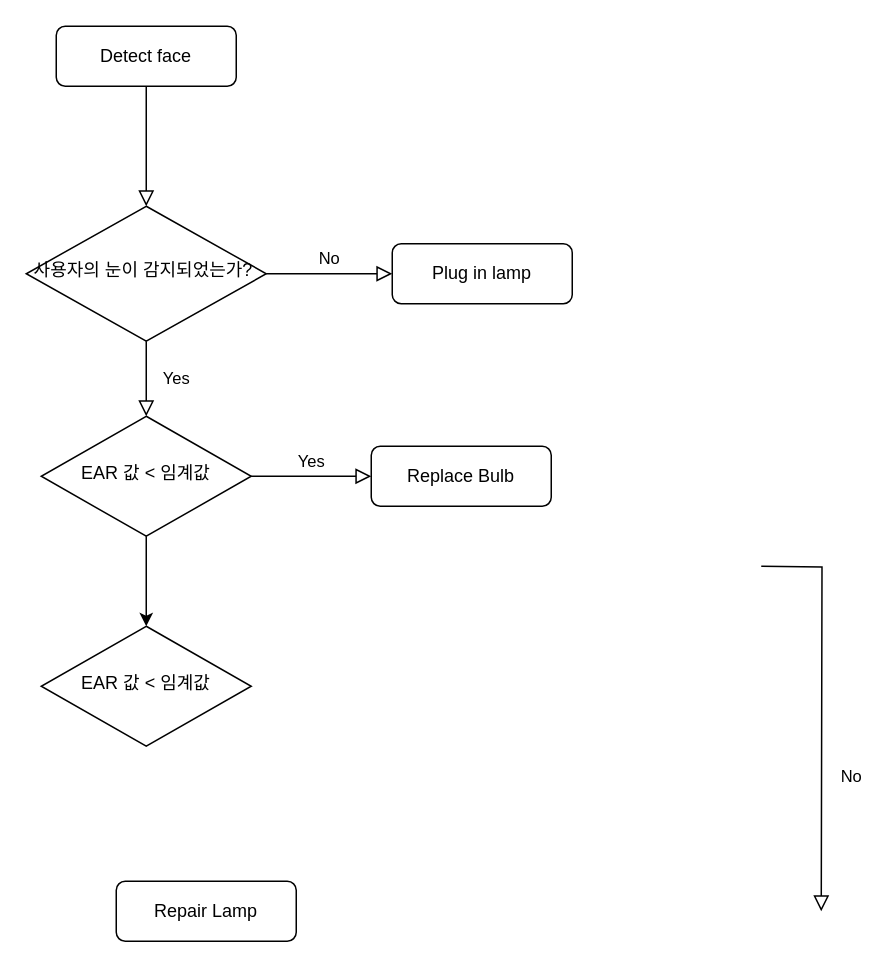
Earlier version of the draw.io diagram Untitled Diagram.drawio (TheHaengwoon/Deeplearning). Source tidied: cells renumbered, new cells numbered last; positions are measured from the earlier drawing's top-left corner, leaving out a move shared by most shapes. Both pictures are drawn from the tidied source at 150%, with x=0, y=0 at pixel (26, 26).
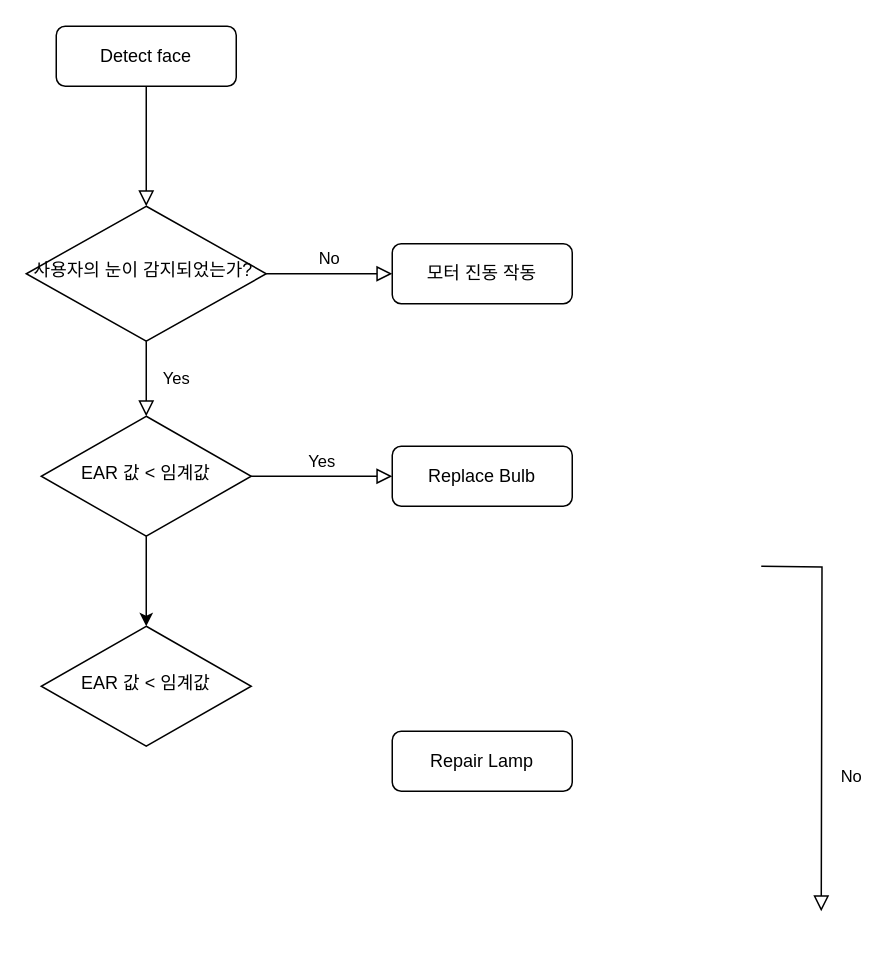
Above is the later version.

Change to the diagram source:
```diff
@@
 <mxGraphModel>
   <root>
     <mxCell id="0" />
     <mxCell id="1" parent="0" />
     <mxCell id="2" style="rounded=0;html=1;jettySize=auto;fontSize=11;endArrow=block;endFill=0;endSize=8;strokeWidth=1;shadow=0;labelBackgroundColor=none;edgeStyle=orthogonalEdgeStyle;" parent="1" edge="1" source="3" target="6">
       <mxGeometry relative="1" as="geometry" />
     </mxCell>
     <mxCell id="3" value="Detect face" style="rounded=1;whiteSpace=wrap;html=1;fontSize=12;glass=0;strokeWidth=1;shadow=0;" parent="1" vertex="1">
       <mxGeometry x="20" width="120" height="40" as="geometry" />
     </mxCell>
     <mxCell id="4" value="Yes" style="rounded=0;html=1;jettySize=auto;fontSize=11;endArrow=block;endFill=0;endSize=8;strokeWidth=1;shadow=0;labelBackgroundColor=none;edgeStyle=orthogonalEdgeStyle;" parent="1" edge="1" source="6" target="10">
       <mxGeometry y="20" relative="1" as="geometry" />
     </mxCell>
     <mxCell id="5" value="No" style="edgeStyle=orthogonalEdgeStyle;rounded=0;html=1;jettySize=auto;fontSize=11;endArrow=block;endFill=0;endSize=8;strokeWidth=1;shadow=0;labelBackgroundColor=none;" parent="1" edge="1" source="6" target="7">
       <mxGeometry y="10" relative="1" as="geometry" />
     </mxCell>
     <mxCell id="6" value="사용자의 눈이 감지되었는가?&amp;nbsp;" style="rhombus;whiteSpace=wrap;html=1;shadow=0;fontFamily=Helvetica;fontSize=12;align=center;strokeWidth=1;spacing=6;spacingTop=-4;" parent="1" vertex="1">
       <mxGeometry y="120" width="160" height="90" as="geometry" />
     </mxCell>
-    <mxCell id="7" value="Plug in lamp" style="rounded=1;whiteSpace=wrap;html=1;fontSize=12;glass=0;strokeWidth=1;shadow=0;" parent="1" vertex="1">
+    <mxCell id="7" value="모터 진동 작동" style="rounded=1;whiteSpace=wrap;html=1;fontSize=12;glass=0;strokeWidth=1;shadow=0;" parent="1" vertex="1">
       <mxGeometry x="244" y="145" width="120" height="40" as="geometry" />
     </mxCell>
     <mxCell id="8" value="No" style="rounded=0;html=1;jettySize=auto;orthogonalLoop=1;fontSize=11;endArrow=block;endFill=0;endSize=8;strokeWidth=1;shadow=0;labelBackgroundColor=none;edgeStyle=orthogonalEdgeStyle;" parent="1" edge="1">
       <mxGeometry x="0.33" y="20" relative="1" as="geometry">
         <mxPoint x="490" y="360" as="sourcePoint" />
         <mxPoint x="530" y="590" as="targetPoint" />
       </mxGeometry>
     </mxCell>
     <mxCell id="9" value="Yes" style="edgeStyle=orthogonalEdgeStyle;rounded=0;html=1;jettySize=auto;fontSize=11;endArrow=block;endFill=0;endSize=8;strokeWidth=1;shadow=0;labelBackgroundColor=none;" parent="1" edge="1" source="10" target="12">
       <mxGeometry y="10" relative="1" as="geometry" />
     </mxCell>
     <mxCell id="10" value="EAR 값 &amp;lt; 임계값" style="rhombus;whiteSpace=wrap;html=1;shadow=0;fontFamily=Helvetica;fontSize=12;align=center;strokeWidth=1;spacing=6;spacingTop=-4;" parent="1" vertex="1">
       <mxGeometry x="10" y="260" width="140" height="80" as="geometry" />
     </mxCell>
     <mxCell id="11" value="Repair Lamp" style="rounded=1;whiteSpace=wrap;html=1;fontSize=12;glass=0;strokeWidth=1;shadow=0;" parent="1" vertex="1">
-      <mxGeometry x="60" y="570" width="120" height="40" as="geometry" />
+      <mxGeometry x="244" y="470" width="120" height="40" as="geometry" />
     </mxCell>
     <mxCell id="12" value="Replace Bulb" style="rounded=1;whiteSpace=wrap;html=1;fontSize=12;glass=0;strokeWidth=1;shadow=0;" parent="1" vertex="1">
-      <mxGeometry x="230" y="280" width="120" height="40" as="geometry" />
+      <mxGeometry x="244" y="280" width="120" height="40" as="geometry" />
     </mxCell>
     <mxCell id="13" value="EAR 값 &amp;lt; 임계값" style="rhombus;whiteSpace=wrap;html=1;shadow=0;fontFamily=Helvetica;fontSize=12;align=center;strokeWidth=1;spacing=6;spacingTop=-4;" parent="1" vertex="1">
       <mxGeometry x="10" y="400" width="140" height="80" as="geometry" />
     </mxCell>
     <mxCell id="14" style="endArrow=classic;html=1;rounded=0;" parent="1" edge="1">
       <mxGeometry relative="1" as="geometry">
         <mxPoint x="80" y="340" as="sourcePoint" />
         <mxPoint x="80" y="400" as="targetPoint" />
       </mxGeometry>
     </mxCell>
   </root>
 </mxGraphModel>
```
